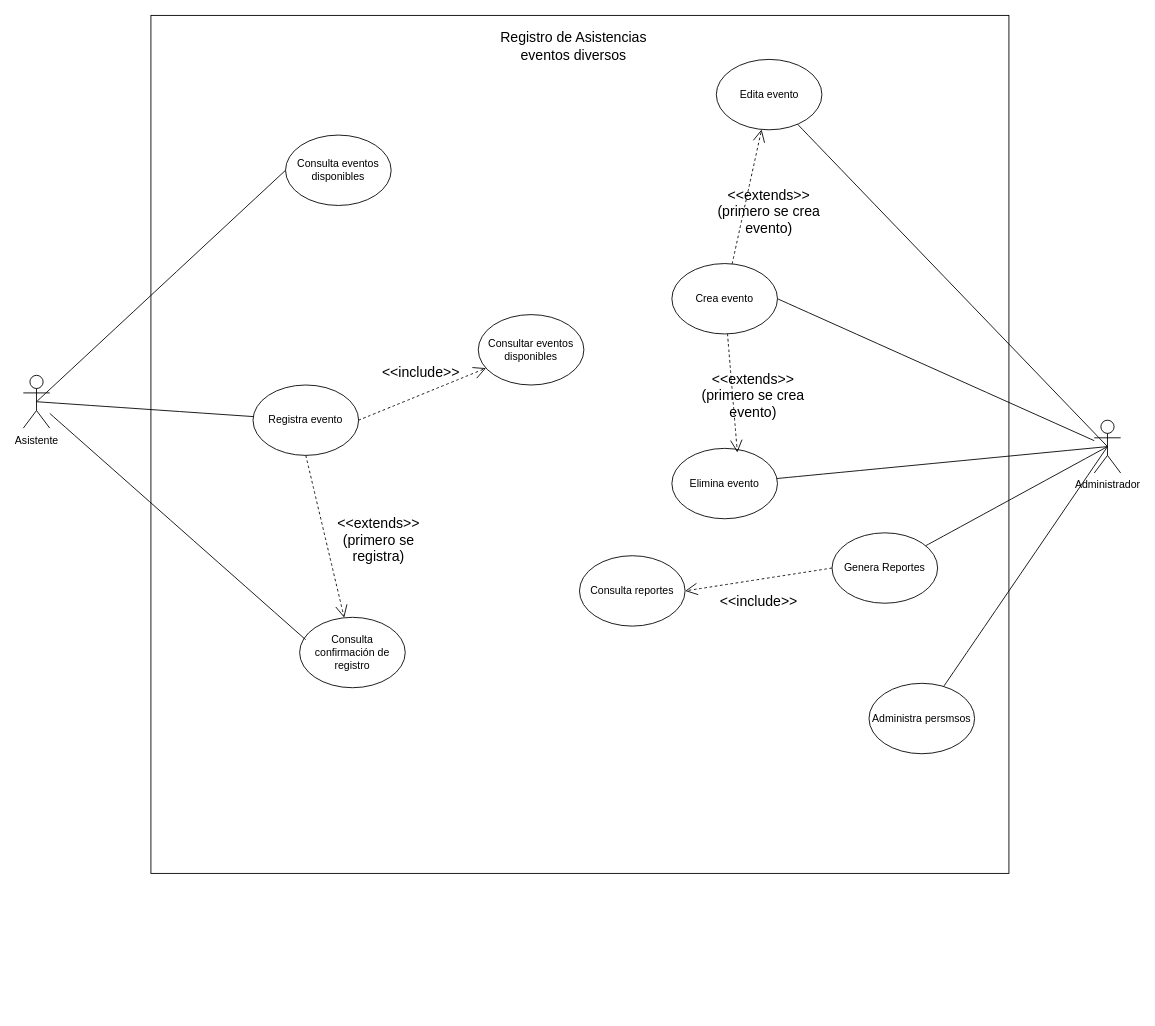
The draw.io diagram caso_uso_pass.drawio in DrAtl30/potro_pass, before the edit. Source tidied: cells renumbered, new cells numbered last; positions are measured from the earlier drawing's top-left corner, leaving out a move shared by most shapes. Both pictures are drawn from the tidied source at 88%, with x=0, y=0 at pixel (23, 15).
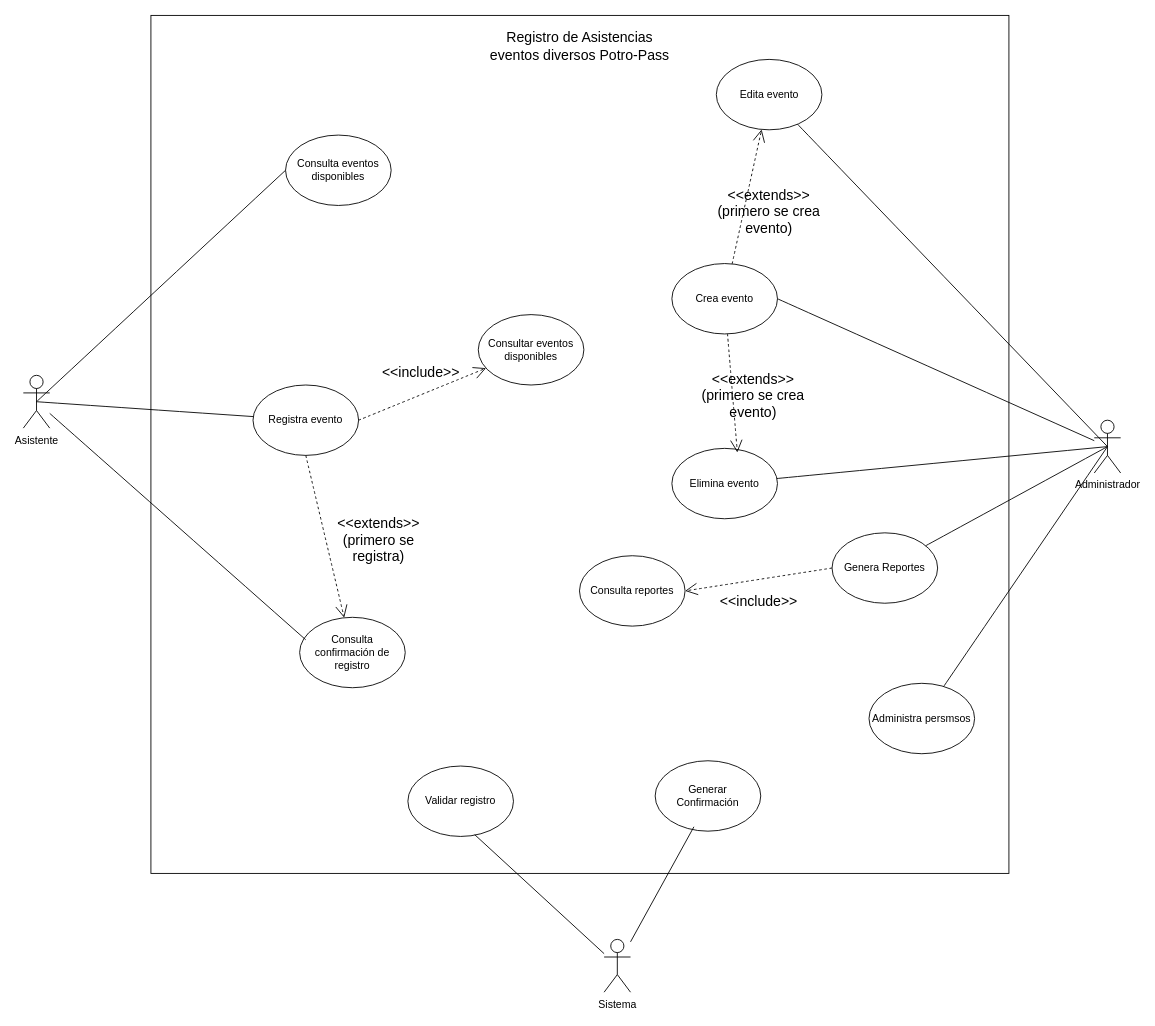
After the change.

Diff of the diagram source:
```diff
@@
-    <mxCell id="6" value="Registro de Asistencias eventos diversos" style="text;html=1;align=center;verticalAlign=middle;whiteSpace=wrap;rounded=0;fontSize=16;" parent="1" vertex="1">
-      <mxGeometry x="523" y="20" width="205" height="30" as="geometry" />
+    <mxCell id="6" value="Registro de Asistencias eventos diversos Potro-Pass" style="text;html=1;align=center;verticalAlign=middle;whiteSpace=wrap;rounded=0;fontSize=16;" parent="1" vertex="1">
+      <mxGeometry x="523" y="20" width="219" height="30" as="geometry" />
     </mxCell>
@@
+    <mxCell id="34" value="Sistema" style="shape=umlActor;verticalLabelPosition=bottom;verticalAlign=top;html=1;outlineConnect=0;" parent="1" vertex="1">
+      <mxGeometry x="660" y="1050" width="30" height="60" as="geometry" />
+    </mxCell>
+    <mxCell id="35" value="Validar registro" style="ellipse;whiteSpace=wrap;html=1;" parent="1" vertex="1">
+      <mxGeometry x="437" y="853" width="120" height="80" as="geometry" />
+    </mxCell>
+    <mxCell id="36" value="Generar Confirmación" style="ellipse;whiteSpace=wrap;html=1;" parent="1" vertex="1">
+      <mxGeometry x="718" y="847" width="120" height="80" as="geometry" />
+    </mxCell>
+    <mxCell id="37" style="endArrow=none;html=1;rounded=0;entryX=0.633;entryY=0.975;entryDx=0;entryDy=0;entryPerimeter=0;" parent="1" edge="1" source="34" target="35">
+      <mxGeometry relative="1" as="geometry" />
+    </mxCell>
+    <mxCell id="38" style="endArrow=none;html=1;rounded=0;entryX=0.367;entryY=0.938;entryDx=0;entryDy=0;entryPerimeter=0;" parent="1" edge="1" source="34" target="36">
+      <mxGeometry relative="1" as="geometry" />
+    </mxCell>
```
